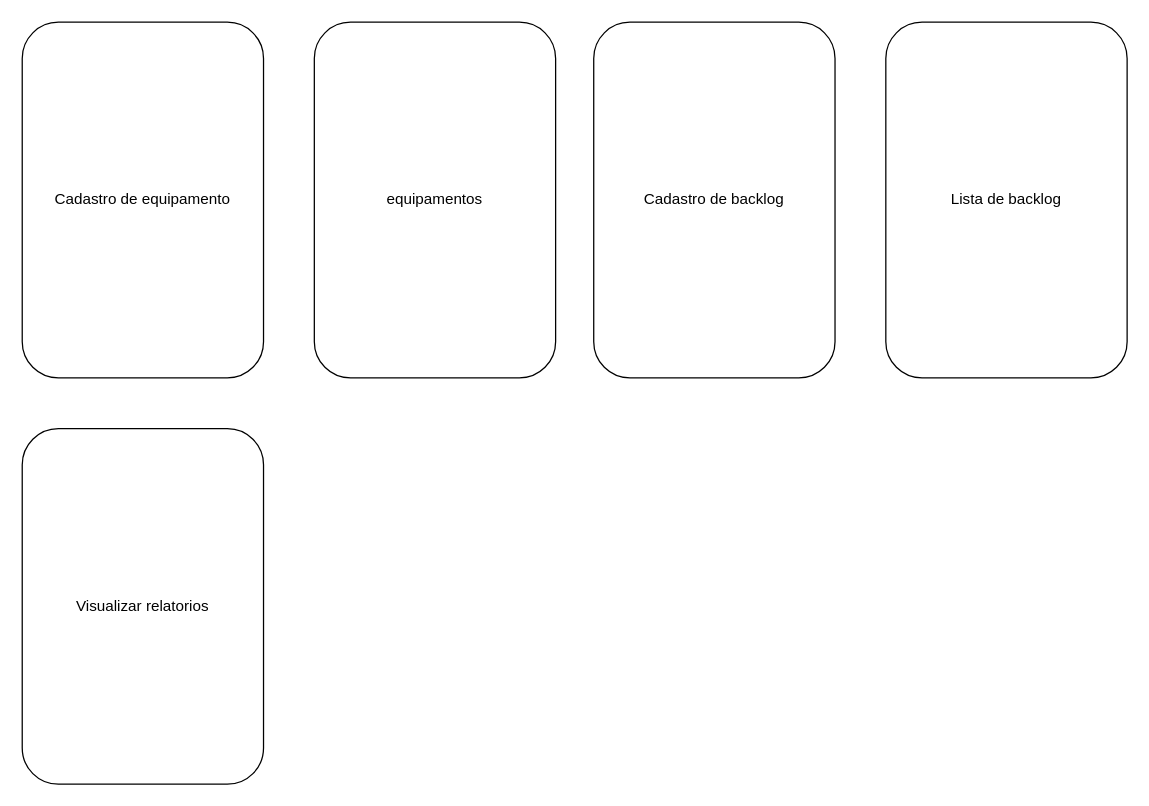
The draw.io diagram page "Cópia do telas(supervisor)" (1 of 6) of Inspecao.drawio in fpspeixoto/Diagramas, before the edit. Source tidied: cells renumbered, new cells numbered last; positions are measured from the earlier drawing's top-left corner, leaving out a move shared by most shapes. Both pictures are drawn from the tidied source at 127%, with x=0, y=0 at pixel (22, 22).
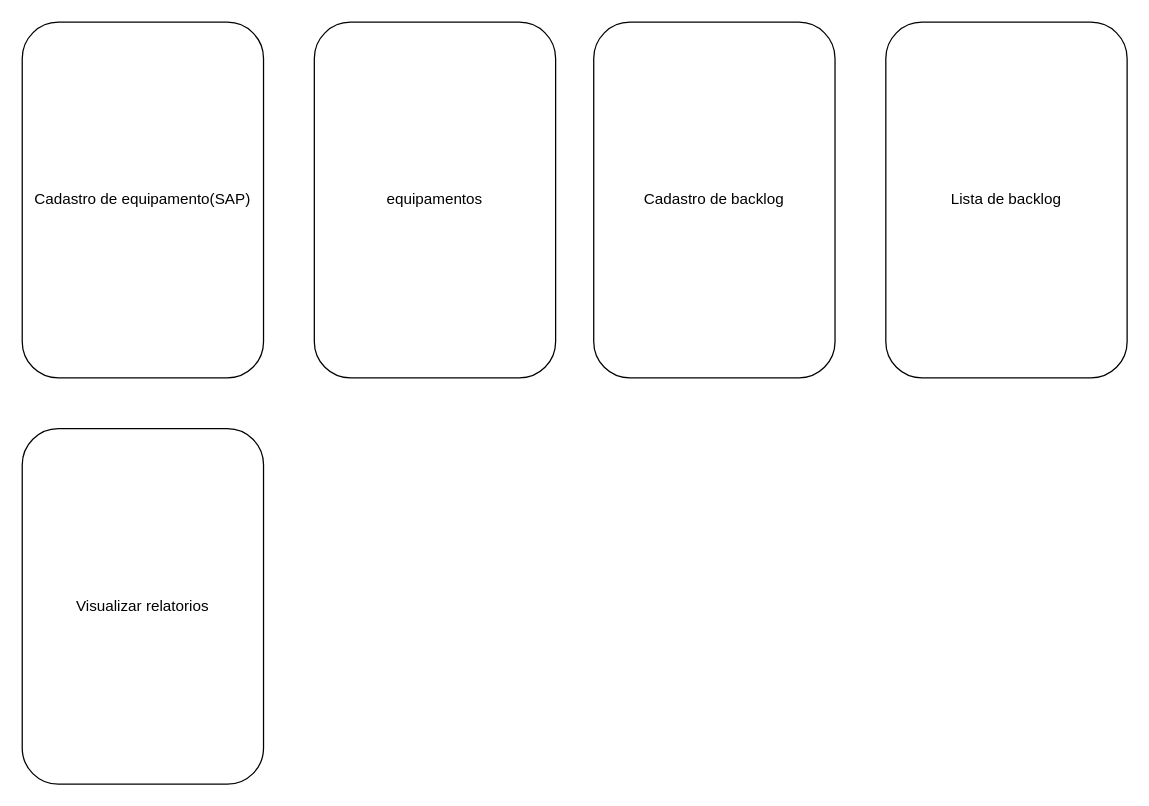
Above is the later version.

Diff of the diagram source:
```diff
@@
 <mxGraphModel>
   <root>
     <mxCell id="0" />
     <mxCell id="1" parent="0" />
     <mxCell id="2" value="equipamentos" style="rounded=1;whiteSpace=wrap;html=1;" parent="1" vertex="1">
       <mxGeometry x="230" width="190" height="280" as="geometry" />
     </mxCell>
     <mxCell id="3" value="Lista de backlog" style="rounded=1;whiteSpace=wrap;html=1;" parent="1" vertex="1">
       <mxGeometry x="680" width="190" height="280" as="geometry" />
     </mxCell>
-    <mxCell id="4" value="Cadastro de equipamento" style="rounded=1;whiteSpace=wrap;html=1;" parent="1" vertex="1">
+    <mxCell id="4" value="Cadastro de equipamento(SAP)" style="rounded=1;whiteSpace=wrap;html=1;" parent="1" vertex="1">
       <mxGeometry width="190" height="280" as="geometry" />
     </mxCell>
     <mxCell id="5" value="&lt;div&gt;Visualizar relatorios&lt;/div&gt;" style="rounded=1;whiteSpace=wrap;html=1;" parent="1" vertex="1">
       <mxGeometry y="320" width="190" height="280" as="geometry" />
     </mxCell>
     <mxCell id="6" value="Cadastro de backlog" style="rounded=1;whiteSpace=wrap;html=1;" parent="1" vertex="1">
       <mxGeometry x="450" width="190" height="280" as="geometry" />
     </mxCell>
   </root>
 </mxGraphModel>
```
